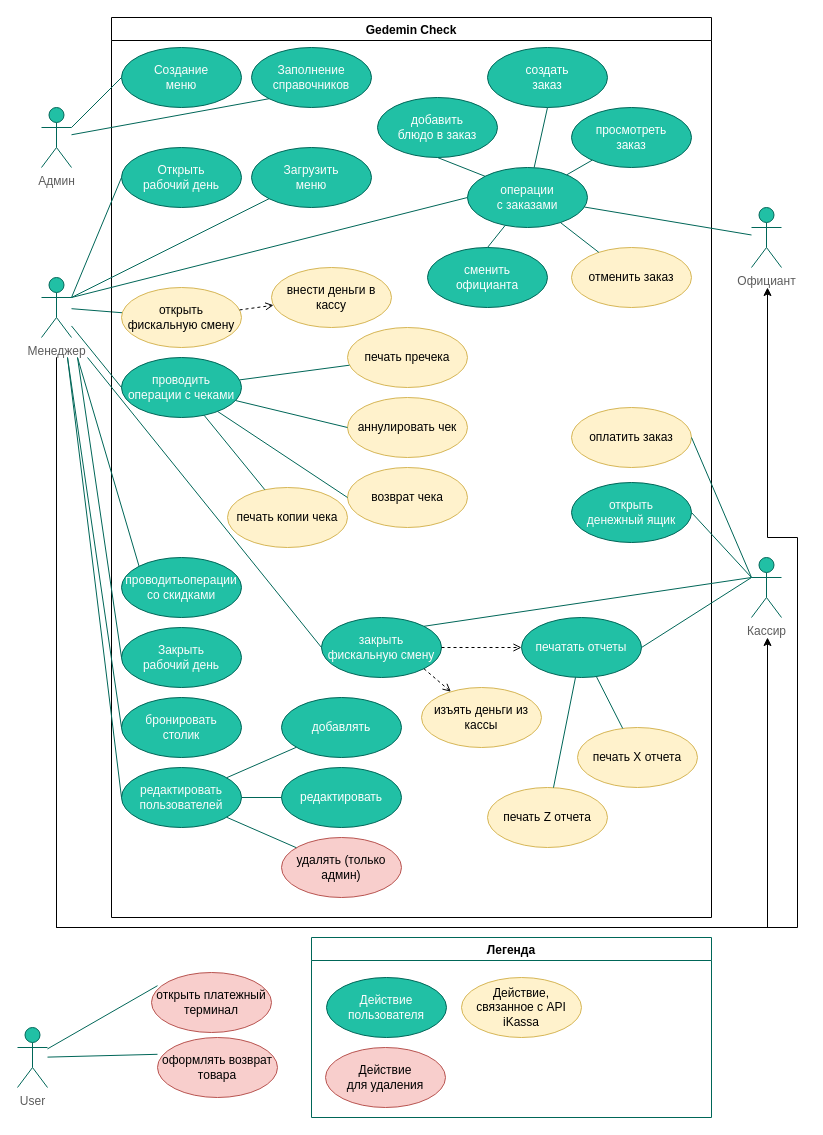
Above: GedeminCheck/Description/Gedemin Check Ресторан -  Use Case.drawio in gsbelarus/check-and-cash (draw.io), before the change. Source tidied: cells renumbered, new cells numbered last; positions are measured from the earlier drawing's top-left corner, leaving out a move shared by most shapes. Both pictures are drawn from the tidied source at 100%, with x=0, y=0 at pixel (17, 17).
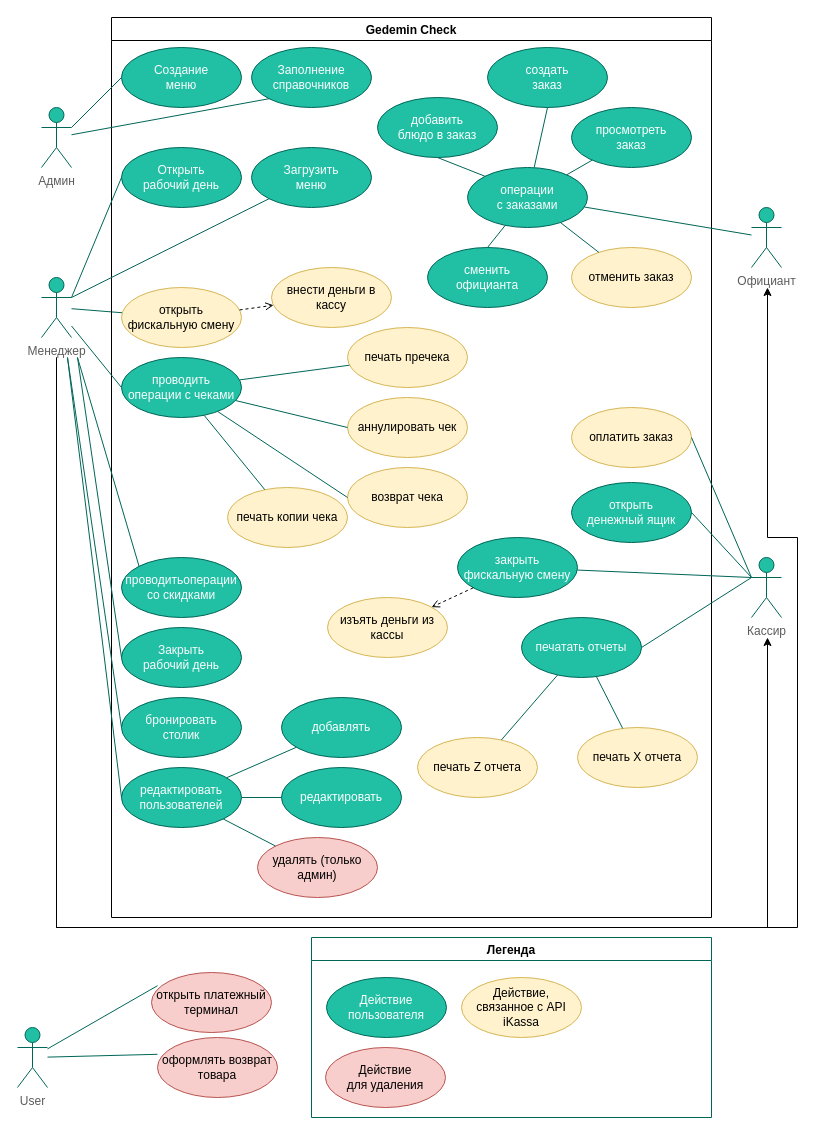
Above is the later version.

Unchanged cells that the change refers to:
```xml
<mxCell id="4" value="Gedemin Check" style="swimlane;fillColor=none;strokeColor=#000000;" parent="1" vertex="1">
  <mxGeometry x="94" width="600" height="900" as="geometry" />
</mxCell>
<mxCell id="15" value="операции&lt;br&gt;с заказами" style="ellipse;whiteSpace=wrap;html=1;fillColor=#21C0A5;strokeColor=#006658;fontColor=#FCFCFC;" parent="4" vertex="1">
  <mxGeometry x="356" y="150" width="120" height="60" as="geometry" />
</mxCell>
<mxCell id="43" value="печатать отчеты" style="ellipse;whiteSpace=wrap;html=1;fillColor=#21C0A5;strokeColor=#006658;fontColor=#FCFCFC;" parent="4" vertex="1">
  <mxGeometry x="410" y="600" width="120" height="60" as="geometry" />
</mxCell>
<mxCell id="61" value="Менеджер" style="shape=umlActor;verticalLabelPosition=bottom;verticalAlign=top;html=1;outlineConnect=0;fillColor=#21C0A5;strokeColor=#006658;fontColor=#5C5C5C;align=center;" parent="1" vertex="1">
  <mxGeometry x="24" y="260" width="30" height="60" as="geometry" />
</mxCell>
<mxCell id="63" value="Кассир" style="shape=umlActor;verticalLabelPosition=bottom;verticalAlign=top;html=1;outlineConnect=0;fillColor=#21C0A5;strokeColor=#006658;fontColor=#5C5C5C;" parent="1" vertex="1">
  <mxGeometry x="734" y="540" width="30" height="60" as="geometry" />
</mxCell>
```

The edit, as a diff of the source:
```diff
@@
     <mxCell id="5" value="закрыть&lt;br&gt;фискальную смену" style="ellipse;whiteSpace=wrap;html=1;fillColor=#21C0A5;strokeColor=#006658;fontColor=#FCFCFC;" parent="4" vertex="1">
-      <mxGeometry x="210" y="600" width="120" height="60" as="geometry" />
+      <mxGeometry x="346" y="520" width="120" height="60" as="geometry" />
     </mxCell>
@@
     <mxCell id="10" value="изъять деньги из кассы" style="ellipse;whiteSpace=wrap;html=1;fillColor=#fff2cc;strokeColor=#d6b656;" parent="4" vertex="1">
-      <mxGeometry x="310" y="670" width="120" height="60" as="geometry" />
+      <mxGeometry x="216" y="580" width="120" height="60" as="geometry" />
     </mxCell>
@@
-    <mxCell id="12" style="html=1;verticalAlign=bottom;labelBackgroundColor=none;endArrow=open;endFill=0;dashed=1;rounded=0;exitX=1;exitY=1;exitDx=0;exitDy=0;" parent="4" edge="1" source="5" target="10">
+    <mxCell id="12" style="html=1;verticalAlign=bottom;labelBackgroundColor=none;endArrow=open;endFill=0;dashed=1;rounded=0;" parent="4" edge="1" source="5" target="10">
       <mxGeometry relative="1" as="geometry" />
     </mxCell>
@@
     <mxCell id="26" value="печать Z отчета" style="ellipse;whiteSpace=wrap;html=1;fillColor=#fff2cc;strokeColor=#d6b656;" parent="4" vertex="1">
-      <mxGeometry x="376" y="770" width="120" height="60" as="geometry" />
+      <mxGeometry x="306" y="720" width="120" height="60" as="geometry" />
     </mxCell>
@@
     <mxCell id="33" value="удалять (только админ)" style="ellipse;whiteSpace=wrap;html=1;fillColor=#f8cecc;strokeColor=#b85450;" parent="4" vertex="1">
-      <mxGeometry x="170" y="820" width="120" height="60" as="geometry" />
+      <mxGeometry x="146" y="820" width="120" height="60" as="geometry" />
     </mxCell>
@@
-    <mxCell id="53" style="html=1;verticalAlign=bottom;labelBackgroundColor=none;endArrow=open;endFill=0;dashed=1;rounded=0;exitX=1;exitY=0.5;exitDx=0;exitDy=0;entryX=0;entryY=0.5;entryDx=0;entryDy=0;" parent="4" edge="1" source="5" target="43">
-      <mxGeometry relative="1" as="geometry" />
-    </mxCell>
@@
-    <mxCell id="69" style="endArrow=none;html=1;rounded=0;exitX=1;exitY=0.3333333333333333;exitDx=0;exitDy=0;exitPerimeter=0;strokeColor=#006658;fontColor=#5C5C5C;entryX=0;entryY=0.5;entryDx=0;entryDy=0;" parent="1" edge="1" source="61" target="15">
-      <mxGeometry relative="1" as="geometry" />
-    </mxCell>
-    <mxCell id="70" style="endArrow=none;html=1;rounded=0;strokeColor=#006658;fontColor=#5C5C5C;entryX=0;entryY=0.5;entryDx=0;entryDy=0;" parent="1" edge="1" target="5">
-      <mxGeometry relative="1" as="geometry">
-        <mxPoint x="70" y="340" as="sourcePoint" />
-      </mxGeometry>
-    </mxCell>
@@
-    <mxCell id="82" style="endArrow=none;html=1;rounded=0;strokeColor=#006658;fontColor=#5C5C5C;entryX=1;entryY=0;entryDx=0;entryDy=0;exitX=0;exitY=0.3333333333333333;exitDx=0;exitDy=0;exitPerimeter=0;" parent="1" edge="1" source="63" target="5">
+    <mxCell id="82" style="endArrow=none;html=1;rounded=0;strokeColor=#006658;fontColor=#5C5C5C;exitX=0;exitY=0.3333333333333333;exitDx=0;exitDy=0;exitPerimeter=0;" parent="1" edge="1" source="63" target="5">
       <mxGeometry relative="1" as="geometry" />
     </mxCell>
```
